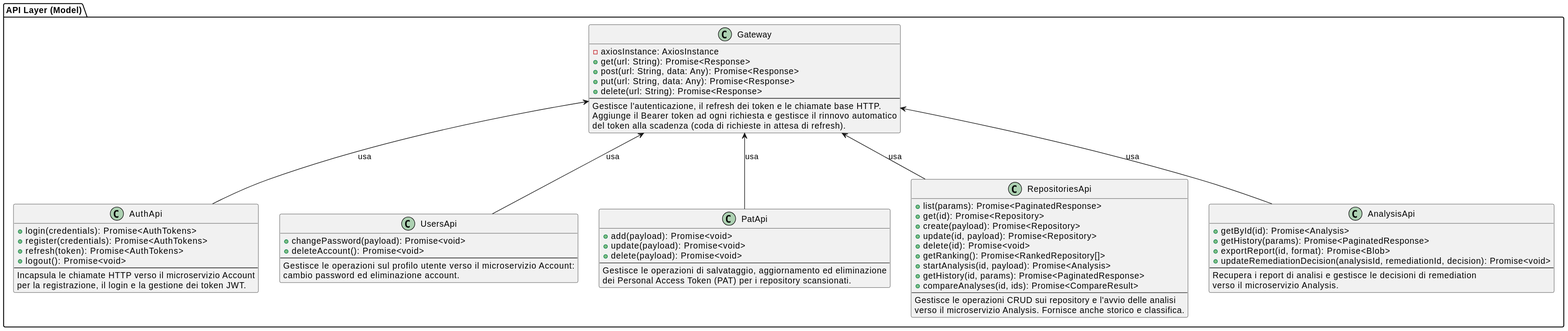
Earlier version of the PlantUML export assets/st_diagrams/svg/api_layer.svg (SkarabGroup/DocumentazioneProgetto).
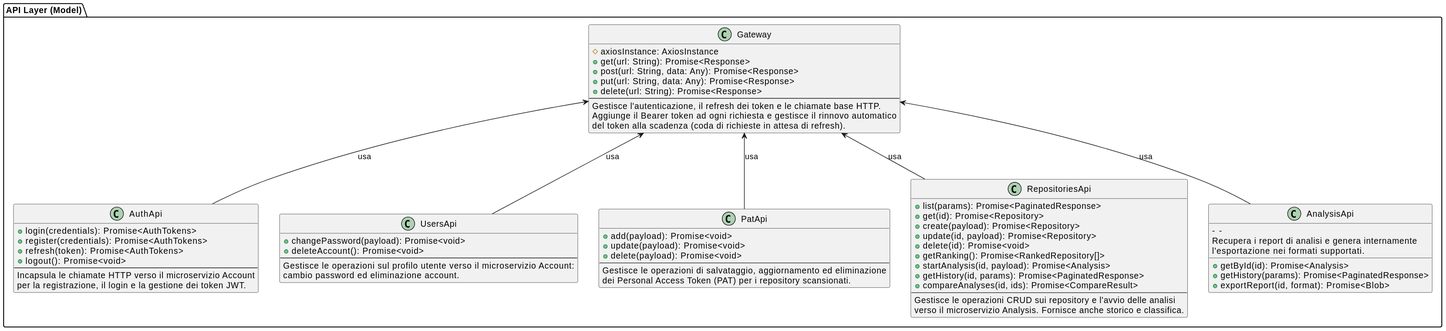
Above is the later version.

What changed in the source:
```diff
@@ -1,7 +1,7 @@
 @startuml
 package "API Layer (Model)" {
   class Gateway {
-    - axiosInstance: AxiosInstance
+    # axiosInstance: AxiosInstance
     + get(url: String): Promise<Response>
     + post(url: String, data: Any): Promise<Response>
     + put(url: String, data: Any): Promise<Response>
@@ -52,9 +52,8 @@
     + getById(id): Promise<Analysis>
     + getHistory(params): Promise<PaginatedResponse>
     + exportReport(id, format): Promise<Blob>
-    + updateRemediationDecision(analysisId, remediationId, decision): Promise<void>
-    --
-    Recupera i report di analisi e gestisce le decisioni di remediation\nverso il microservizio Analysis.
+        --
+    Recupera i report di analisi e genera internamente\nl'esportazione nei formati supportati.
   }
 
   Gateway <-- AuthApi : usa
```
